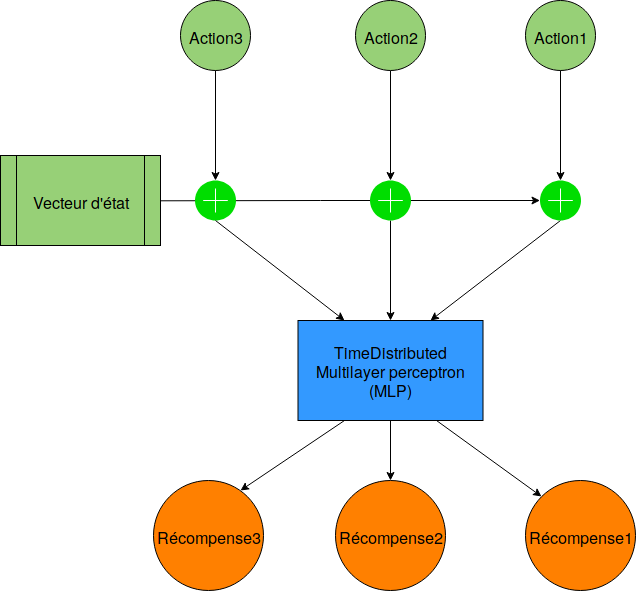
Before: images/Conception/DM/time_dist.png, a diagram exported from draw.io (Wissben/Master-Thesis). Source tidied: cells renumbered, new cells last; positions are measured from the earlier drawing's top-left corner, leaving out a move shared by most shapes.
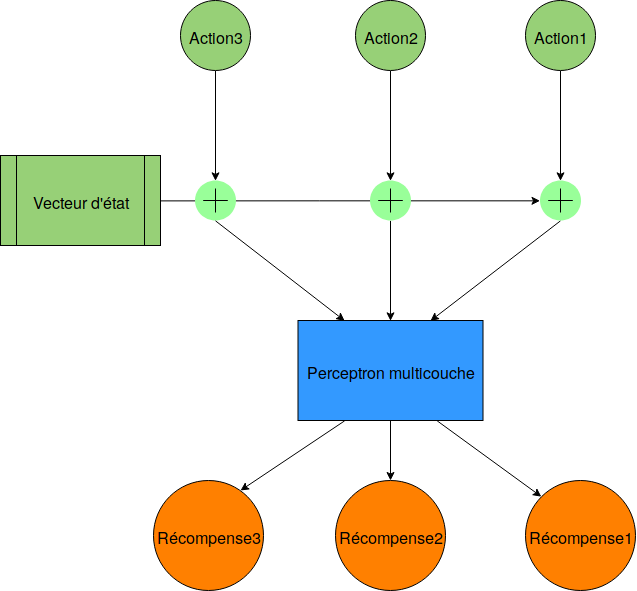
After the change.

Change to the diagram source:
```diff
@@ -18,7 +18,7 @@
         <mxPoint x="390" y="480" as="targetPoint" />
       </mxGeometry>
     </mxCell>
-    <mxCell id="6" value="&lt;font style=&quot;font-size: 16px&quot;&gt;TimeDistributed Multilayer perceptron (MLP)&lt;/font&gt;" style="rounded=0;whiteSpace=wrap;html=1;strokeColor=#000000;fillColor=#3399FF;" parent="1" vertex="1">
+    <mxCell id="6" value="&lt;font style=&quot;font-size: 16px&quot;&gt;Perceptron multicouche&lt;/font&gt;" style="rounded=0;whiteSpace=wrap;html=1;strokeColor=#000000;fillColor=#3399FF;" parent="1" vertex="1">
       <mxGeometry x="297.5" y="320" width="185" height="100" as="geometry" />
     </mxCell>
     <mxCell id="7" value="&lt;div&gt;&lt;font style=&quot;font-size: 16px&quot;&gt;Action1&lt;/font&gt;&lt;/div&gt;" style="ellipse;whiteSpace=wrap;html=1;strokeColor=#000000;fillColor=#97D077;" parent="1" vertex="1">
@@ -39,7 +39,7 @@
     <mxCell id="12" style="edgeStyle=orthogonalEdgeStyle;rounded=0;jettySize=auto;html=1;exitX=0.5;exitY=1;exitDx=0;exitDy=0;exitPerimeter=0;entryX=0.5;entryY=0;entryDx=0;entryDy=0;strokeColor=#000000;fillColor=#999999;" parent="1" edge="1" source="13" target="6">
       <mxGeometry relative="1" as="geometry" />
     </mxCell>
-    <mxCell id="13" style="html=1;verticalLabelPosition=bottom;labelBackgroundColor=#ffffff;verticalAlign=top;shadow=0;dashed=0;strokeWidth=2;shape=mxgraph.ios7.misc.add;fillColor=#00dd00;strokeColor=#ffffff;" parent="1" vertex="1">
+    <mxCell id="13" style="html=1;verticalLabelPosition=bottom;labelBackgroundColor=#ffffff;verticalAlign=top;shadow=0;dashed=0;strokeWidth=10;shape=mxgraph.ios7.misc.add;fillColor=#99FF99;strokeColor=#000000;" parent="1" vertex="1">
       <mxGeometry x="369.5" y="180" width="41" height="40" as="geometry" />
     </mxCell>
     <mxCell id="14" style="endArrow=classic;html=1;strokeColor=#000000;fillColor=#999999;exitX=0.5;exitY=1;exitDx=0;exitDy=0;entryX=0.5;entryY=0;entryDx=0;entryDy=0;entryPerimeter=0;" parent="1" edge="1" source="7" target="17">
@@ -51,10 +51,10 @@
     <mxCell id="16" style="endArrow=classic;html=1;strokeColor=#000000;fillColor=#999999;exitX=0.5;exitY=1;exitDx=0;exitDy=0;exitPerimeter=0;entryX=0.716;entryY=0;entryDx=0;entryDy=0;entryPerimeter=0;" parent="1" edge="1" source="17" target="6">
       <mxGeometry relative="1" as="geometry" />
     </mxCell>
-    <mxCell id="17" style="html=1;verticalLabelPosition=bottom;labelBackgroundColor=#ffffff;verticalAlign=top;shadow=0;dashed=0;strokeWidth=2;shape=mxgraph.ios7.misc.add;fillColor=#00dd00;strokeColor=#ffffff;" parent="1" vertex="1">
+    <mxCell id="17" style="html=1;verticalLabelPosition=bottom;labelBackgroundColor=#ffffff;verticalAlign=top;shadow=0;dashed=0;strokeWidth=6;shape=mxgraph.ios7.misc.add;fillColor=#99FF99;strokeColor=#000000;" parent="1" vertex="1">
       <mxGeometry x="539.5" y="180" width="41" height="40" as="geometry" />
     </mxCell>
-    <mxCell id="18" style="html=1;verticalLabelPosition=bottom;labelBackgroundColor=#ffffff;verticalAlign=top;shadow=0;dashed=0;strokeWidth=2;shape=mxgraph.ios7.misc.add;fillColor=#00dd00;strokeColor=#ffffff;" parent="1" vertex="1">
+    <mxCell id="18" style="html=1;verticalLabelPosition=bottom;labelBackgroundColor=#ffffff;verticalAlign=top;shadow=0;dashed=0;strokeWidth=30;shape=mxgraph.ios7.misc.add;fillColor=#99FF99;strokeColor=#000000;" parent="1" vertex="1">
       <mxGeometry x="194.5" y="180" width="41" height="40" as="geometry" />
     </mxCell>
     <mxCell id="19" style="endArrow=classic;html=1;strokeColor=#000000;fillColor=#999999;exitX=0.5;exitY=1;exitDx=0;exitDy=0;exitPerimeter=0;entryX=0.25;entryY=0;entryDx=0;entryDy=0;" parent="1" edge="1" source="18" target="6">
```
